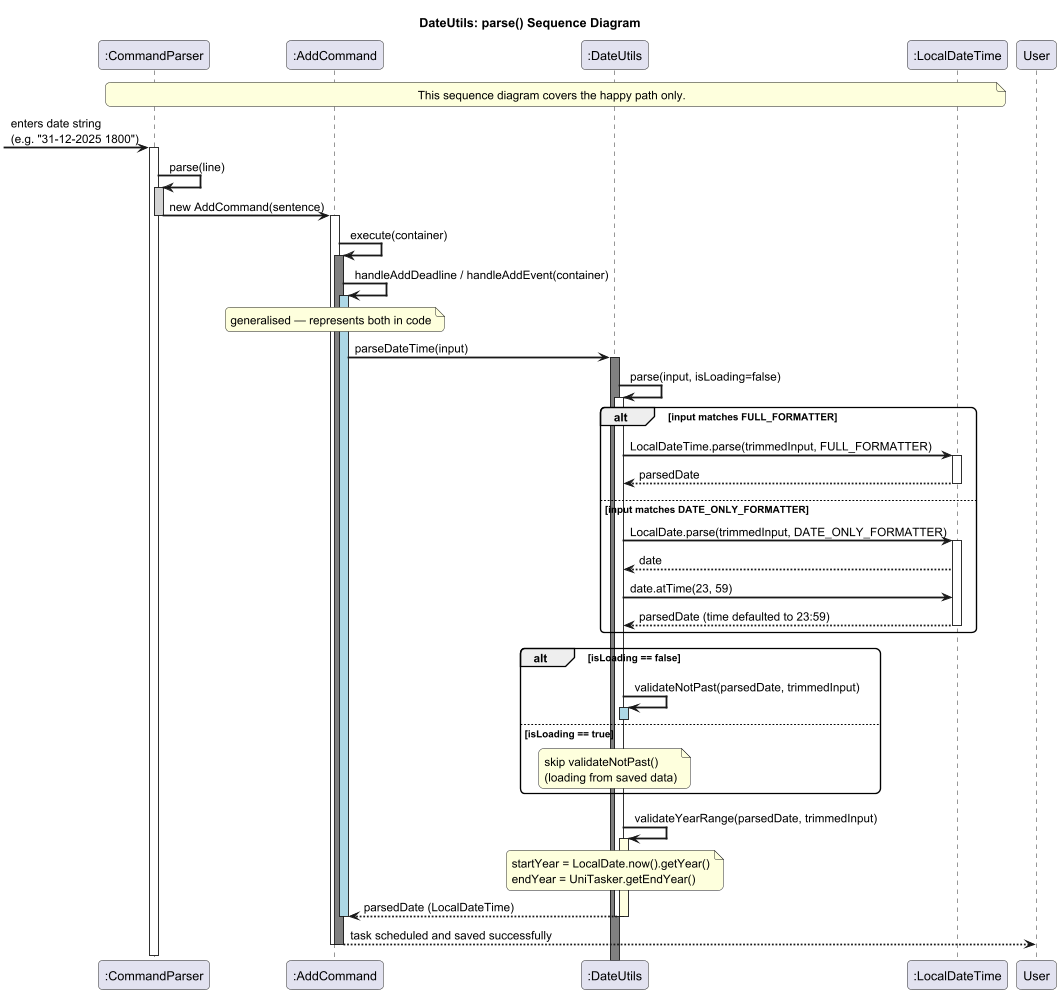
The PlantUML diagram docs/pictures/DateUtilsSequence.png in michaelshyam1/tp, before a commit.
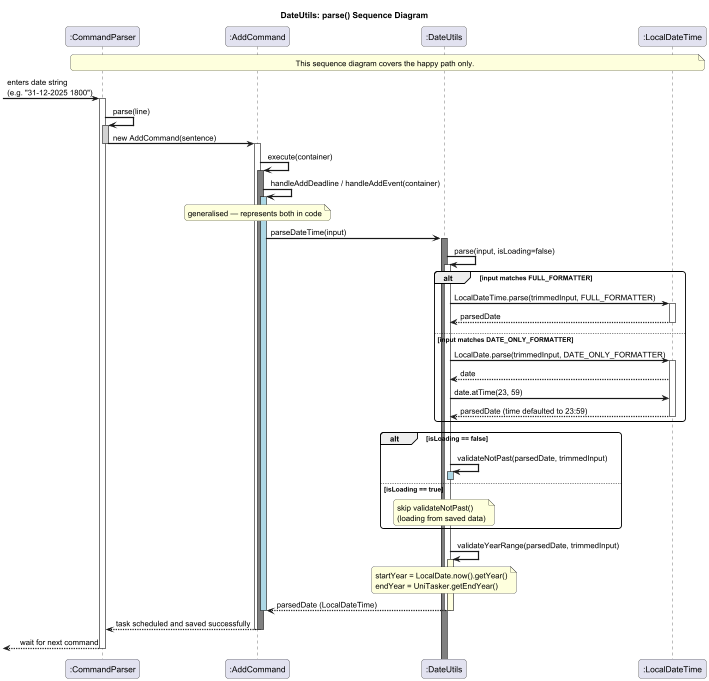
After the change.

Commit message:
Changes to UML sequence diagram

The edit, as a diff of the source:
```diff
@@ -67,9 +67,10 @@
 deactivate DU
 deactivate DU
 deactivate AC
-AC --> User : task scheduled and saved successfully
+AC --> CP: task scheduled and saved successfully
 deactivate AC
 deactivate AC
+<-- CP: wait for next command
 
 deactivate CP
 
```
